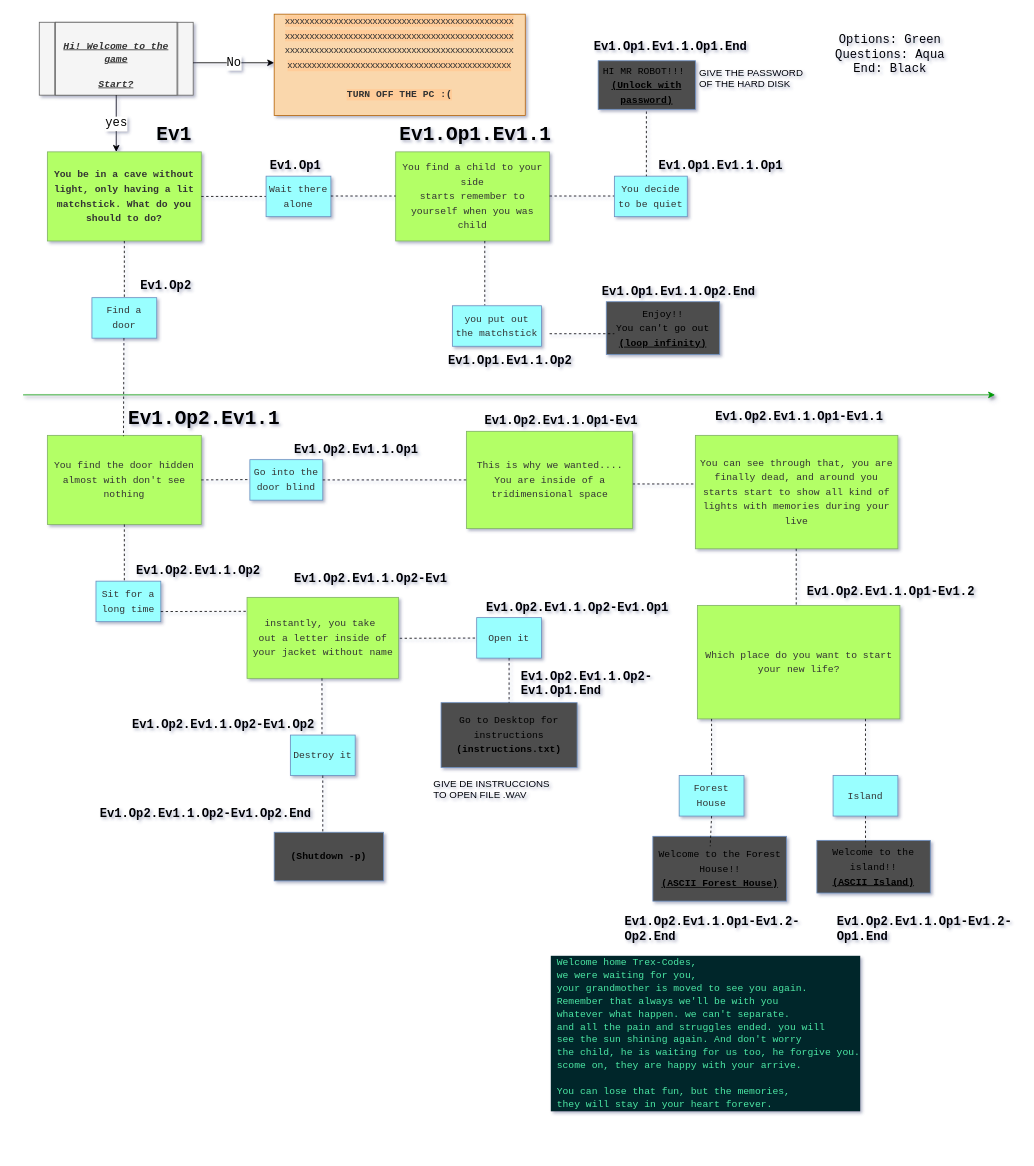
The draw.io diagram file.drawio in Trex-Codes/Find-The-Exit, before the edit. Source tidied: cells renumbered, new cells numbered last; positions are measured from the earlier drawing's top-left corner, leaving out a move shared by most shapes. Both pictures are drawn from the tidied source at 81%, with x=0, y=0 at pixel (23, 14).
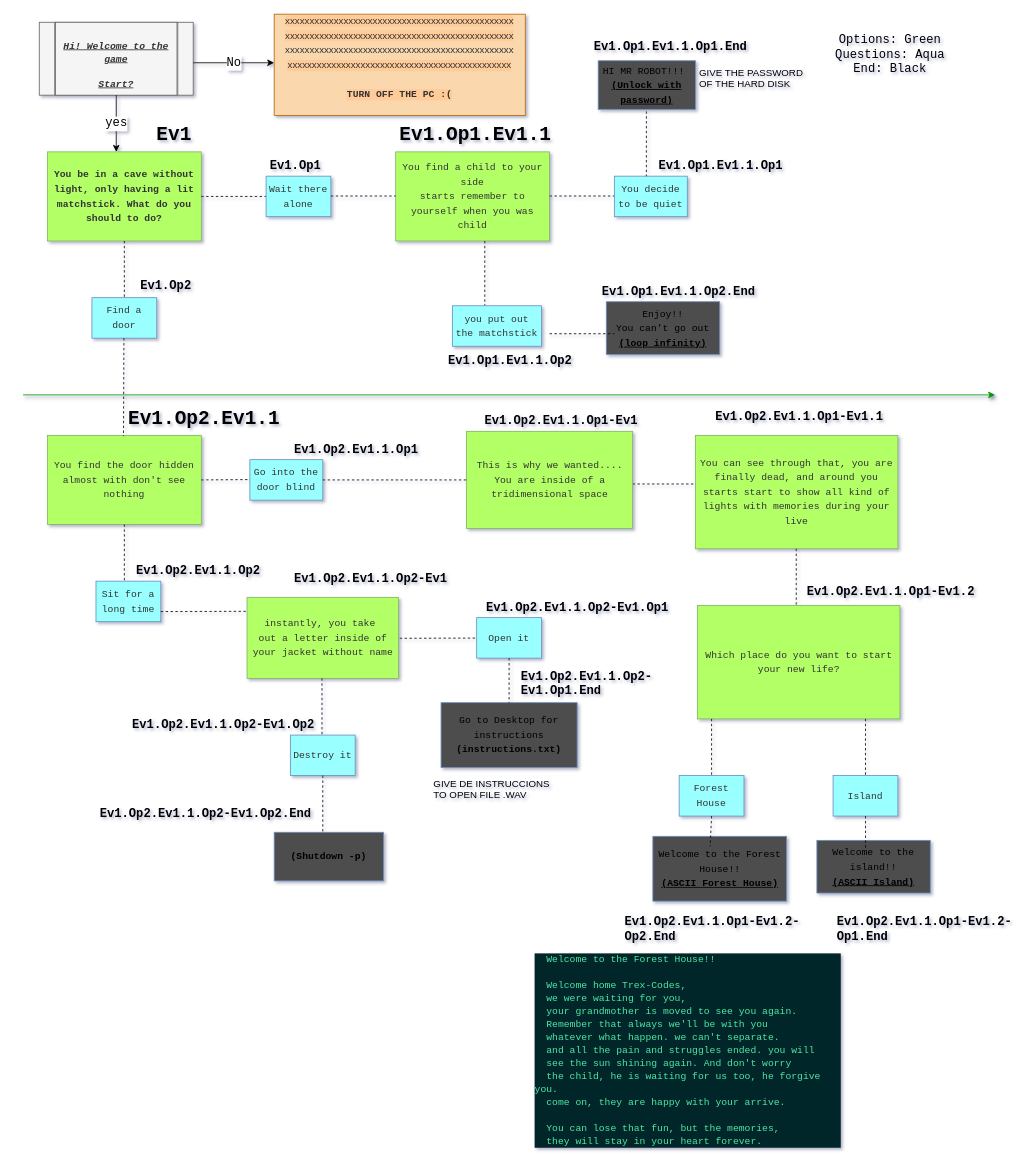
The same page after the edit.

The edit, as a diff of the source:
```diff
@@
-    <mxCell id="62" value="&lt;div&gt;&lt;div style=&quot;color: rgb(178 , 202 , 205) ; background-color: rgb(5 , 37 , 41) ; font-family: &amp;#34;consolas&amp;#34; , &amp;#34;courier new&amp;#34; , monospace ; line-height: 16px&quot;&gt;&lt;div&gt;&lt;span style=&quot;color: #49e9a6&quot;&gt;&amp;nbsp;Welcome home Trex-Codes,&lt;/span&gt;&lt;/div&gt;&lt;div&gt;&lt;span style=&quot;color: #49e9a6&quot;&gt;&amp;nbsp;we were waiting for you, &lt;/span&gt;&lt;/div&gt;&lt;div&gt;&lt;span style=&quot;color: #49e9a6&quot;&gt;&amp;nbsp;your grandmother is moved to see you again.&lt;/span&gt;&lt;/div&gt;&lt;div&gt;&lt;span style=&quot;color: #49e9a6&quot;&gt;&amp;nbsp;Remember that always we'll be with you&lt;/span&gt;&lt;/div&gt;&lt;div&gt;&lt;span style=&quot;color: #49e9a6&quot;&gt;&amp;nbsp;whatever what happen. we can't separate.&lt;/span&gt;&lt;/div&gt;&lt;div&gt;&lt;span style=&quot;color: #49e9a6&quot;&gt;&amp;nbsp;and all the pain and struggles ended. you will&lt;/span&gt;&lt;/div&gt;&lt;div&gt;&lt;span style=&quot;color: #49e9a6&quot;&gt;&amp;nbsp;see the sun shining again. And don't worry&lt;/span&gt;&lt;/div&gt;&lt;div&gt;&lt;span style=&quot;color: #49e9a6&quot;&gt;&amp;nbsp;the child, he is waiting for us too, he forgive you.&lt;/span&gt;&lt;/div&gt;&lt;div&gt;&lt;span style=&quot;color: #49e9a6&quot;&gt;&amp;nbsp;scome on, they are happy with your arrive.&lt;/span&gt;&lt;/div&gt;&lt;div&gt;&lt;span style=&quot;color: #49e9a6&quot;&gt;&amp;nbsp;&lt;/span&gt;&lt;/div&gt;&lt;div&gt;&lt;span style=&quot;color: #49e9a6&quot;&gt;&amp;nbsp;You can lose that fun, but the memories,&lt;/span&gt;&lt;/div&gt;&lt;div&gt;&lt;span style=&quot;color: #49e9a6&quot;&gt;&amp;nbsp;they will stay in your heart forever.&lt;/span&gt;&lt;/div&gt;&lt;/div&gt;&lt;/div&gt;" style="text;html=1;align=left;verticalAlign=top;spacingTop=-4;" parent="1" vertex="1">
-      <mxGeometry x="650" y="1160" width="370" height="190" as="geometry" />
-    </mxCell>
@@
+    <mxCell id="80" value="&lt;div style=&quot;color: rgb(178, 202, 205); background-color: rgb(5, 37, 41); font-family: consolas, &amp;quot;courier new&amp;quot;, monospace; font-weight: normal; font-size: 12px; line-height: 16px;&quot;&gt;&lt;div&gt;&lt;span style=&quot;color: #49e9a6&quot;&gt;&amp;nbsp; Welcome to the Forest House!! &lt;/span&gt;&lt;/div&gt;&lt;div&gt;&lt;span style=&quot;color: #49e9a6&quot;&gt;&amp;nbsp; &lt;/span&gt;&lt;/div&gt;&lt;div&gt;&lt;span style=&quot;color: #49e9a6&quot;&gt;&amp;nbsp; Welcome home Trex-Codes,&lt;/span&gt;&lt;/div&gt;&lt;div&gt;&lt;span style=&quot;color: #49e9a6&quot;&gt;&amp;nbsp; we were waiting for you, &lt;/span&gt;&lt;/div&gt;&lt;div&gt;&lt;span style=&quot;color: #49e9a6&quot;&gt;&amp;nbsp; your grandmother is moved to see you again.&lt;/span&gt;&lt;/div&gt;&lt;div&gt;&lt;span style=&quot;color: #49e9a6&quot;&gt;&amp;nbsp; Remember that always we'll be with you&lt;/span&gt;&lt;/div&gt;&lt;div&gt;&lt;span style=&quot;color: #49e9a6&quot;&gt;&amp;nbsp; whatever what happen. we can't separate.&lt;/span&gt;&lt;/div&gt;&lt;div&gt;&lt;span style=&quot;color: #49e9a6&quot;&gt;&amp;nbsp; and all the pain and struggles ended. you will&lt;/span&gt;&lt;/div&gt;&lt;div&gt;&lt;span style=&quot;color: #49e9a6&quot;&gt;&amp;nbsp; see the sun shining again. And don't worry&lt;/span&gt;&lt;/div&gt;&lt;div&gt;&lt;span style=&quot;color: #49e9a6&quot;&gt;&amp;nbsp; the child, he is waiting for us too, he forgive you.&lt;/span&gt;&lt;/div&gt;&lt;div&gt;&lt;span style=&quot;color: #49e9a6&quot;&gt;&amp;nbsp; come on, they are happy with your arrive.&lt;/span&gt;&lt;/div&gt;&lt;div&gt;&lt;span style=&quot;color: #49e9a6&quot;&gt;&amp;nbsp; &lt;/span&gt;&lt;/div&gt;&lt;div&gt;&lt;span style=&quot;color: #49e9a6&quot;&gt;&amp;nbsp; You can lose that fun, but the memories,&lt;/span&gt;&lt;/div&gt;&lt;div&gt;&lt;span style=&quot;color: #49e9a6&quot;&gt;&amp;nbsp; they will stay in your heart forever. &lt;/span&gt;&lt;/div&gt;&lt;/div&gt;" style="text;whiteSpace=wrap;html=1;" parent="1" vertex="1">
+      <mxGeometry x="630" y="1152.5" width="380" height="240" as="geometry" />
+    </mxCell>
```
